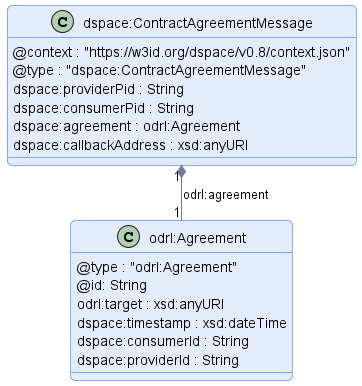
International-Data-Spaces-Association/ids-specification keeps this PlantUML diagram as negotiation/message/diagram/contract-agreement-message.png. Above is the earlier version.
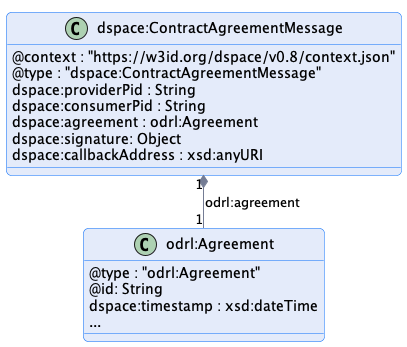
The same diagram one commit later.

The edit, as a diff of the source:
```diff
@@ -12,16 +12,15 @@
     dspace:providerPid : String
     dspace:consumerPid : String
     dspace:agreement : odrl:Agreement
+    dspace:signature: Object
     dspace:callbackAddress : xsd:anyURI
 }
 
 class odrl:Agreement {
     @type : "odrl:Agreement"
     @id: String
-    odrl:target : xsd:anyURI
     dspace:timestamp : xsd:dateTime
-    dspace:consumerId : String
-    dspace:providerId : String
+    ...
 }
 
 "dspace:ContractAgreementMessage" "1" *-- "1" "odrl:Agreement" : "odrl:agreement"
```
